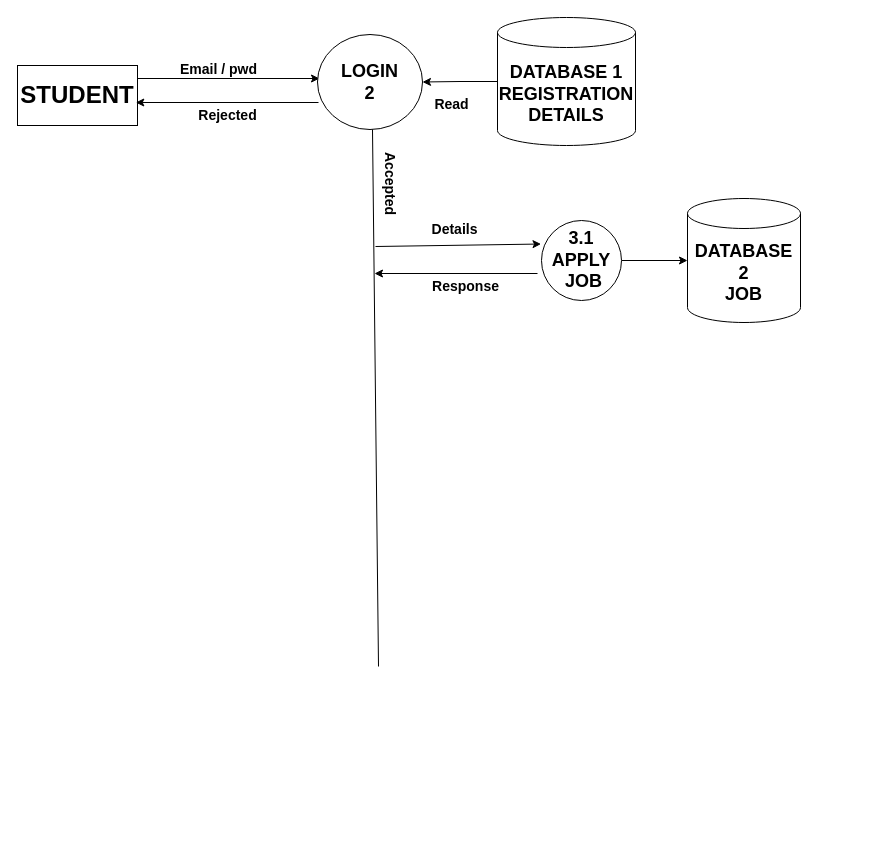
Before: db/1.1.drawio in bhatkt71/campus, a draw.io diagram. Source tidied: cells renumbered, new cells numbered last; positions are measured from the earlier drawing's top-left corner, leaving out a move shared by most shapes. Both pictures are drawn from the tidied source at 100%, with x=0, y=0 at pixel (17, 17).
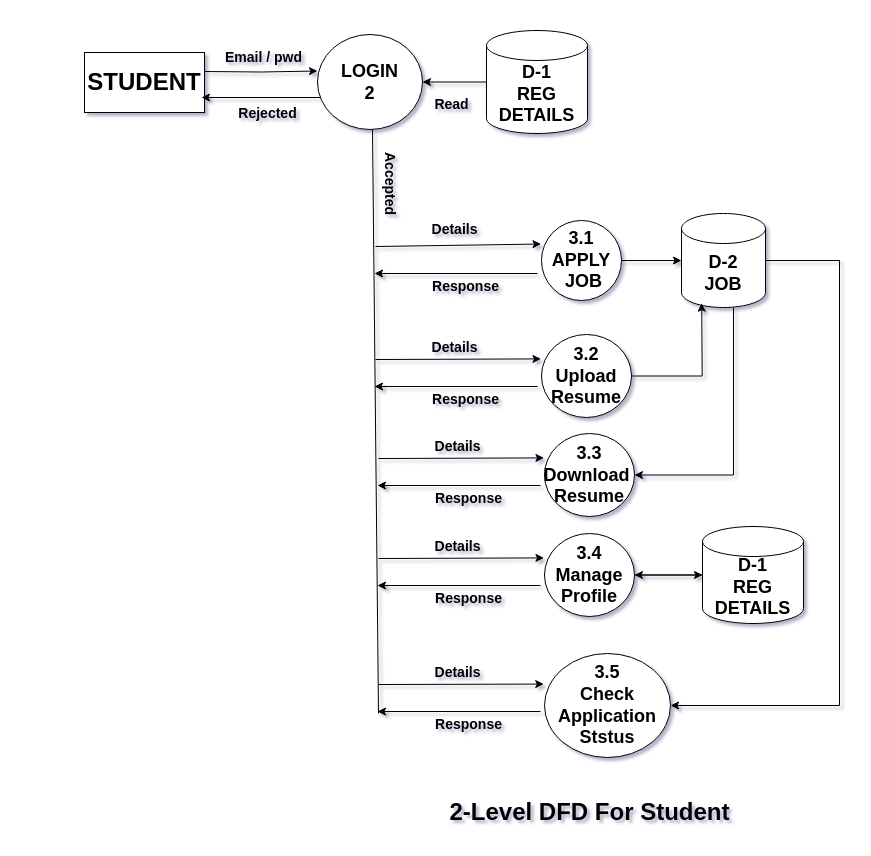
After the change.

Diff of the diagram source:
```diff
@@
-<mxGraphModel>
+<mxGraphModel shadow="1">
@@
-    <mxCell id="2" style="edgeStyle=orthogonalEdgeStyle;rounded=0;orthogonalLoop=1;jettySize=auto;html=1;" parent="1" edge="1">
-      <mxGeometry relative="1" as="geometry">
-        <mxPoint x="117" y="61" as="sourcePoint" />
-        <mxPoint x="302" y="61" as="targetPoint" />
-      </mxGeometry>
-    </mxCell>
+    <mxCell id="20" style="edgeStyle=orthogonalEdgeStyle;rounded=0;orthogonalLoop=1;jettySize=auto;html=1;" parent="1" edge="1">
+      <mxGeometry relative="1" as="geometry">
+        <mxPoint x="187" y="54" as="sourcePoint" />
+        <mxPoint x="300" y="53.5" as="targetPoint" />
+      </mxGeometry>
+    </mxCell>
     <mxCell id="3" value="&lt;font style=&quot;font-size: 24px;&quot;&gt;&lt;b&gt;STUDENT&lt;/b&gt;&lt;/font&gt;" style="whiteSpace=wrap;html=1;" parent="1" vertex="1">
-      <mxGeometry y="48" width="120" height="60" as="geometry" />
+      <mxGeometry x="67" y="35" width="120" height="60" as="geometry" />
     </mxCell>
     <mxCell id="4" style="edgeStyle=orthogonalEdgeStyle;rounded=0;orthogonalLoop=1;jettySize=auto;html=1;" parent="1" edge="1">
       <mxGeometry relative="1" as="geometry">
-        <mxPoint x="301" y="85" as="sourcePoint" />
-        <mxPoint x="118.3" y="85" as="targetPoint" />
+        <mxPoint x="305.7" y="80" as="sourcePoint" />
+        <mxPoint x="184" y="80" as="targetPoint" />
       </mxGeometry>
     </mxCell>
@@
     <mxCell id="6" value="&lt;b&gt;&lt;font style=&quot;font-size: 14px;&quot;&gt;Email / pwd&lt;/font&gt;&lt;/b&gt;" style="text;html=1;align=center;verticalAlign=middle;strokeColor=none;fillColor=none;" parent="1" vertex="1">
-      <mxGeometry x="153" y="37" width="95" height="29" as="geometry" />
+      <mxGeometry x="198" y="25" width="95" height="29" as="geometry" />
     </mxCell>
     <mxCell id="7" value="&lt;b&gt;&lt;font style=&quot;font-size: 14px;&quot;&gt;Rejected&lt;/font&gt;&lt;/b&gt;" style="text;html=1;align=center;verticalAlign=middle;strokeColor=none;fillColor=none;" parent="1" vertex="1">
-      <mxGeometry x="172" y="83" width="76" height="29" as="geometry" />
+      <mxGeometry x="212" y="81" width="76" height="29" as="geometry" />
     </mxCell>
@@
-    <mxCell id="9" value="&lt;b&gt;&lt;font style=&quot;font-size: 18px;&quot;&gt;DATABASE 1&lt;br&gt;REGISTRATION&lt;br&gt;DETAILS&lt;/font&gt;&lt;/b&gt;" style="shape=cylinder3;whiteSpace=wrap;html=1;boundedLbl=1;backgroundOutline=1;size=15;" parent="1" vertex="1">
-      <mxGeometry x="480" width="138" height="128" as="geometry" />
+    <mxCell id="9" value="&lt;b&gt;&lt;font style=&quot;font-size: 18px;&quot;&gt;D-1&lt;br&gt;REG&lt;br&gt;DETAILS&lt;/font&gt;&lt;/b&gt;" style="shape=cylinder3;whiteSpace=wrap;html=1;boundedLbl=1;backgroundOutline=1;size=15;" parent="1" vertex="1">
+      <mxGeometry x="469" y="13" width="101" height="103" as="geometry" />
     </mxCell>
@@
     <mxCell id="11" style="endArrow=none;html=1;rounded=0;" parent="1" edge="1">
       <mxGeometry relative="1" as="geometry">
-        <mxPoint x="361" y="649" as="sourcePoint" />
+        <mxPoint x="361" y="696" as="sourcePoint" />
         <mxPoint x="355" y="112" as="targetPoint" />
       </mxGeometry>
     </mxCell>
@@
+    <mxCell id="21" style="edgeStyle=orthogonalEdgeStyle;rounded=0;jettySize=auto;html=1;entryX=1;entryY=0.5;entryDx=0;entryDy=0;" parent="1" edge="1" source="19" target="30">
+      <mxGeometry relative="1" as="geometry">
+        <Array as="points">
+          <mxPoint x="716" y="458" />
+        </Array>
+      </mxGeometry>
+    </mxCell>
+    <mxCell id="22" style="edgeStyle=orthogonalEdgeStyle;rounded=0;jettySize=auto;html=1;entryX=1;entryY=0.5;entryDx=0;entryDy=0;" parent="1" edge="1" source="19" target="43">
+      <mxGeometry relative="1" as="geometry">
+        <Array as="points">
+          <mxPoint x="822" y="243" />
+          <mxPoint x="822" y="688" />
+        </Array>
+      </mxGeometry>
+    </mxCell>
-    <mxCell id="19" value="&lt;b&gt;&lt;font style=&quot;font-size: 18px;&quot;&gt;DATABASE 2&lt;br&gt;JOB&lt;br&gt;&lt;/font&gt;&lt;/b&gt;" style="shape=cylinder3;whiteSpace=wrap;html=1;boundedLbl=1;backgroundOutline=1;size=15;" parent="1" vertex="1">
-      <mxGeometry x="670" y="181" width="113" height="124" as="geometry" />
+    <mxCell id="19" value="&lt;b&gt;&lt;font style=&quot;font-size: 18px;&quot;&gt;D-2&lt;br&gt;JOB&lt;br&gt;&lt;/font&gt;&lt;/b&gt;" style="shape=cylinder3;whiteSpace=wrap;html=1;boundedLbl=1;backgroundOutline=1;size=15;" parent="1" vertex="1">
+      <mxGeometry x="664" y="196" width="84" height="94" as="geometry" />
     </mxCell>
+    <mxCell id="23" style="edgeStyle=orthogonalEdgeStyle;rounded=0;orthogonalLoop=1;jettySize=auto;html=1;" parent="1" edge="1">
+      <mxGeometry relative="1" as="geometry">
+        <mxPoint x="520" y="369" as="sourcePoint" />
+        <mxPoint x="357" y="369" as="targetPoint" />
+      </mxGeometry>
+    </mxCell>
+    <mxCell id="24" value="&lt;b&gt;&lt;font style=&quot;font-size: 18px;&quot;&gt;3.2&lt;br&gt;Upload&lt;br&gt;Resume&lt;br&gt;&lt;/font&gt;&lt;/b&gt;" style="ellipse;whiteSpace=wrap;html=1;" parent="1" vertex="1">
+      <mxGeometry x="524" y="317" width="90" height="83" as="geometry" />
+    </mxCell>
+    <mxCell id="25" style="endArrow=classic;html=1;rounded=0;entryX=-0.006;entryY=0.294;entryDx=0;entryDy=0;entryPerimeter=0;" parent="1" edge="1" target="24">
+      <mxGeometry relative="1" as="geometry">
+        <mxPoint x="358" y="342" as="sourcePoint" />
+      </mxGeometry>
+    </mxCell>
+    <mxCell id="26" value="&lt;b&gt;&lt;font style=&quot;font-size: 14px;&quot;&gt;Response&lt;/font&gt;&lt;/b&gt;" style="text;html=1;align=center;verticalAlign=middle;strokeColor=none;fillColor=none;" parent="1" vertex="1">
+      <mxGeometry x="405" y="367" width="85" height="29" as="geometry" />
+    </mxCell>
+    <mxCell id="27" value="&lt;b&gt;&lt;font style=&quot;font-size: 14px;&quot;&gt;Details&lt;/font&gt;&lt;/b&gt;" style="text;html=1;align=center;verticalAlign=middle;strokeColor=none;fillColor=none;" parent="1" vertex="1">
+      <mxGeometry x="405" y="315" width="64" height="29" as="geometry" />
+    </mxCell>
+    <mxCell id="28" style="edgeStyle=orthogonalEdgeStyle;rounded=0;jettySize=auto;html=1;entryX=0.145;entryY=1;entryDx=0;entryDy=-4.35;entryPerimeter=0;exitX=1;exitY=0.5;exitDx=0;exitDy=0;" parent="1" edge="1" source="24">
+      <mxGeometry relative="1" as="geometry">
+        <mxPoint x="684.2" y="285.7" as="targetPoint" />
+      </mxGeometry>
+    </mxCell>
+    <mxCell id="29" style="edgeStyle=orthogonalEdgeStyle;rounded=0;orthogonalLoop=1;jettySize=auto;html=1;" parent="1" edge="1">
+      <mxGeometry relative="1" as="geometry">
+        <mxPoint x="523" y="468" as="sourcePoint" />
+        <mxPoint x="360" y="468" as="targetPoint" />
+      </mxGeometry>
+    </mxCell>
+    <mxCell id="30" value="&lt;b&gt;&lt;font style=&quot;font-size: 18px;&quot;&gt;3.3&lt;br&gt;Download&amp;nbsp;&lt;br&gt;Resume&lt;br&gt;&lt;/font&gt;&lt;/b&gt;" style="ellipse;whiteSpace=wrap;html=1;" parent="1" vertex="1">
+      <mxGeometry x="527" y="416" width="90" height="83" as="geometry" />
+    </mxCell>
+    <mxCell id="31" style="endArrow=classic;html=1;rounded=0;entryX=-0.006;entryY=0.294;entryDx=0;entryDy=0;entryPerimeter=0;" parent="1" edge="1" target="30">
+      <mxGeometry relative="1" as="geometry">
+        <mxPoint x="361" y="441" as="sourcePoint" />
+      </mxGeometry>
+    </mxCell>
+    <mxCell id="32" value="&lt;b&gt;&lt;font style=&quot;font-size: 14px;&quot;&gt;Response&lt;/font&gt;&lt;/b&gt;" style="text;html=1;align=center;verticalAlign=middle;strokeColor=none;fillColor=none;" parent="1" vertex="1">
+      <mxGeometry x="408" y="466" width="85" height="29" as="geometry" />
+    </mxCell>
+    <mxCell id="33" value="&lt;b&gt;&lt;font style=&quot;font-size: 14px;&quot;&gt;Details&lt;/font&gt;&lt;/b&gt;" style="text;html=1;align=center;verticalAlign=middle;strokeColor=none;fillColor=none;" parent="1" vertex="1">
+      <mxGeometry x="408" y="414" width="64" height="29" as="geometry" />
+    </mxCell>
+    <mxCell id="34" style="edgeStyle=orthogonalEdgeStyle;rounded=0;orthogonalLoop=1;jettySize=auto;html=1;" parent="1" edge="1">
+      <mxGeometry relative="1" as="geometry">
+        <mxPoint x="523" y="568" as="sourcePoint" />
+        <mxPoint x="360" y="568" as="targetPoint" />
+      </mxGeometry>
+    </mxCell>
+    <mxCell id="35" style="edgeStyle=orthogonalEdgeStyle;rounded=0;jettySize=auto;html=1;" parent="1" edge="1" source="36" target="41">
+      <mxGeometry relative="1" as="geometry" />
+    </mxCell>
+    <mxCell id="36" value="&lt;b&gt;&lt;font style=&quot;font-size: 18px;&quot;&gt;3.4&lt;br&gt;Manage&lt;br&gt;Profile&lt;br&gt;&lt;/font&gt;&lt;/b&gt;" style="ellipse;whiteSpace=wrap;html=1;" parent="1" vertex="1">
+      <mxGeometry x="527" y="516" width="90" height="83" as="geometry" />
+    </mxCell>
+    <mxCell id="37" style="endArrow=classic;html=1;rounded=0;entryX=-0.006;entryY=0.294;entryDx=0;entryDy=0;entryPerimeter=0;" parent="1" edge="1" target="36">
+      <mxGeometry relative="1" as="geometry">
+        <mxPoint x="361" y="541" as="sourcePoint" />
+      </mxGeometry>
+    </mxCell>
+    <mxCell id="38" value="&lt;b&gt;&lt;font style=&quot;font-size: 14px;&quot;&gt;Response&lt;/font&gt;&lt;/b&gt;" style="text;html=1;align=center;verticalAlign=middle;strokeColor=none;fillColor=none;" parent="1" vertex="1">
+      <mxGeometry x="408" y="566" width="85" height="29" as="geometry" />
+    </mxCell>
+    <mxCell id="39" value="&lt;b&gt;&lt;font style=&quot;font-size: 14px;&quot;&gt;Details&lt;/font&gt;&lt;/b&gt;" style="text;html=1;align=center;verticalAlign=middle;strokeColor=none;fillColor=none;" parent="1" vertex="1">
+      <mxGeometry x="408" y="514" width="64" height="29" as="geometry" />
+    </mxCell>
+    <mxCell id="40" style="edgeStyle=orthogonalEdgeStyle;rounded=0;jettySize=auto;html=1;entryX=1;entryY=0.5;entryDx=0;entryDy=0;" parent="1" edge="1" source="41" target="36">
+      <mxGeometry relative="1" as="geometry" />
+    </mxCell>
+    <mxCell id="41" value="&lt;b&gt;&lt;font style=&quot;font-size: 18px;&quot;&gt;D-1&lt;br&gt;REG&lt;br&gt;DETAILS&lt;/font&gt;&lt;/b&gt;" style="shape=cylinder3;whiteSpace=wrap;html=1;boundedLbl=1;backgroundOutline=1;size=15;" parent="1" vertex="1">
+      <mxGeometry x="685" y="509" width="101" height="97" as="geometry" />
+    </mxCell>
+    <mxCell id="42" style="edgeStyle=orthogonalEdgeStyle;rounded=0;orthogonalLoop=1;jettySize=auto;html=1;" parent="1" edge="1">
+      <mxGeometry relative="1" as="geometry">
+        <mxPoint x="523" y="694" as="sourcePoint" />
+        <mxPoint x="360" y="694" as="targetPoint" />
+      </mxGeometry>
+    </mxCell>
+    <mxCell id="43" value="&lt;b&gt;&lt;font style=&quot;font-size: 18px;&quot;&gt;3.5&lt;br&gt;Check&lt;br&gt;Application&lt;br&gt;Ststus&lt;br&gt;&lt;/font&gt;&lt;/b&gt;" style="ellipse;whiteSpace=wrap;html=1;" parent="1" vertex="1">
+      <mxGeometry x="527" y="636" width="126" height="104" as="geometry" />
+    </mxCell>
+    <mxCell id="44" style="endArrow=classic;html=1;rounded=0;entryX=-0.006;entryY=0.294;entryDx=0;entryDy=0;entryPerimeter=0;" parent="1" edge="1" target="43">
+      <mxGeometry relative="1" as="geometry">
+        <mxPoint x="361" y="667" as="sourcePoint" />
+      </mxGeometry>
+    </mxCell>
+    <mxCell id="45" value="&lt;b&gt;&lt;font style=&quot;font-size: 14px;&quot;&gt;Response&lt;/font&gt;&lt;/b&gt;" style="text;html=1;align=center;verticalAlign=middle;strokeColor=none;fillColor=none;" parent="1" vertex="1">
+      <mxGeometry x="408" y="692" width="85" height="29" as="geometry" />
+    </mxCell>
+    <mxCell id="46" value="&lt;b&gt;&lt;font style=&quot;font-size: 14px;&quot;&gt;Details&lt;/font&gt;&lt;/b&gt;" style="text;html=1;align=center;verticalAlign=middle;strokeColor=none;fillColor=none;" parent="1" vertex="1">
+      <mxGeometry x="408" y="640" width="64" height="29" as="geometry" />
+    </mxCell>
+    <mxCell id="47" value="&lt;b&gt;&lt;font style=&quot;font-size: 24px;&quot;&gt;2-Level DFD For Student&lt;/font&gt;&lt;/b&gt;" style="text;html=1;align=center;verticalAlign=middle;strokeColor=none;fillColor=none;" parent="1" vertex="1">
+      <mxGeometry x="423" y="774" width="298" height="41" as="geometry" />
+    </mxCell>
```
